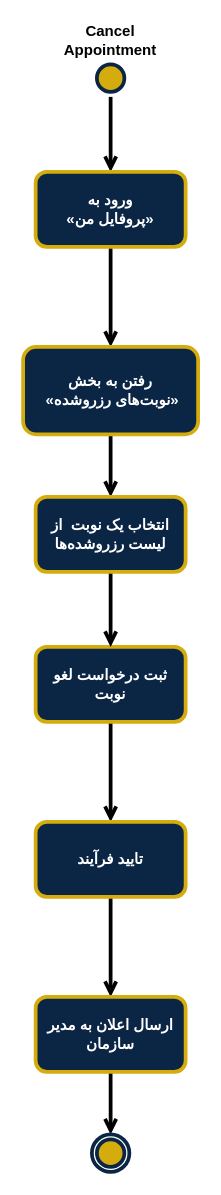
TnT74K/Project-SAD keeps this draw.io diagram as page "Cancel Appo" (1 of 3) of Documentation/Analysis/Modeling/Functional Models/Customer/Customer Act Diag.drawio. Above is the earlier version. Source tidied: cells renumbered, new cells numbered last; positions are measured from the earlier drawing's top-left corner, leaving out a move shared by most shapes. Both pictures are drawn from the tidied source at 125%, with x=0, y=0 at pixel (22, 21).
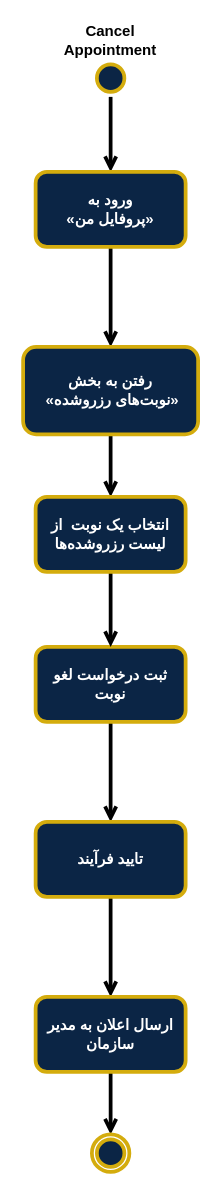
After the change.

The edit, as a diff of the source:
```diff
@@
 <mxGraphModel>
   <root>
     <mxCell id="0" />
     <mxCell id="1" parent="0" />
-    <mxCell id="2" style="ellipse;html=1;shape=startState;fillColor=light-dark(#D4AC0D,#805E00);strokeColor=light-dark(#0B2545,#C0D6E8);strokeWidth=3;" parent="1" vertex="1">
+    <mxCell id="2" style="ellipse;html=1;shape=startState;fillColor=light-dark(#0B2545,#0B2545);strokeColor=light-dark(#D4AC0D,#D4AC0D);strokeWidth=3;rounded=1;align=center;verticalAlign=middle;fontFamily=zain;fontSize=12;fontColor=light-dark(#FFFFFF,#FFFFFF);fontStyle=1;labelBackgroundColor=none;" parent="1" vertex="1">
       <mxGeometry x="55" y="30" width="30" height="30" as="geometry" />
     </mxCell>
     <mxCell id="3" style="edgeStyle=orthogonalEdgeStyle;html=1;verticalAlign=middle;endArrow=open;strokeColor=light-dark(#000000,#FFFFFF);rounded=0;strokeWidth=3;align=center;fontFamily=Helvetica;fontSize=11;fontColor=default;fontStyle=1;labelBackgroundColor=default;endFill=0;" parent="1" edge="1" source="2">
       <mxGeometry relative="1" as="geometry">
         <mxPoint x="70" y="120" as="targetPoint" />
       </mxGeometry>
     </mxCell>
     <mxCell id="4" style="edgeStyle=orthogonalEdgeStyle;shape=connector;rounded=0;jettySize=auto;html=1;strokeColor=light-dark(#000000,#FFFFFF);strokeWidth=3;align=center;verticalAlign=middle;fontFamily=Helvetica;fontSize=11;fontColor=default;labelBackgroundColor=default;endArrow=open;endFill=0;fontStyle=1;" parent="1" edge="1" source="5" target="7">
       <mxGeometry relative="1" as="geometry" />
     </mxCell>
     <mxCell id="5" value="&lt;font&gt;ورود به&lt;/font&gt;&lt;div&gt;&lt;font&gt;«پروفایل من»&lt;/font&gt;&lt;/div&gt;" style="whiteSpace=wrap;html=1;strokeColor=light-dark(#D4AC0D,#D4AC0D);align=center;verticalAlign=middle;fontFamily=zain;fontSize=12;fontColor=light-dark(#FFFFFF,#FFFFFF);fillColor=light-dark(#0B2545,#0B2545);strokeWidth=3;fontStyle=1;labelBackgroundColor=none;rounded=1;" parent="1" vertex="1">
       <mxGeometry x="10" y="120" width="120" height="60" as="geometry" />
     </mxCell>
     <mxCell id="6" style="edgeStyle=orthogonalEdgeStyle;shape=connector;rounded=0;jettySize=auto;html=1;strokeColor=light-dark(#000000,#FFFFFF);strokeWidth=3;align=center;verticalAlign=middle;fontFamily=Helvetica;fontSize=11;fontColor=default;labelBackgroundColor=default;endArrow=open;endFill=0;fontStyle=1;" parent="1" edge="1" source="7" target="17">
       <mxGeometry relative="1" as="geometry" />
     </mxCell>
     <mxCell id="7" value="&lt;div&gt;&lt;span style=&quot;background-color: transparent;&quot;&gt;رفتن به بخش&lt;/span&gt;&lt;/div&gt;&lt;div&gt;&amp;nbsp;«نوبت‌های رزرو‌شده»&lt;/div&gt;" style="whiteSpace=wrap;html=1;fillColor=light-dark(#0B2545,#0B2545);strokeColor=light-dark(#D4AC0D,#D4AC0D);fontColor=light-dark(#FFFFFF,#FFFFFF);strokeWidth=3;fontFamily=zain;fontStyle=1;align=center;verticalAlign=middle;fontSize=12;labelBackgroundColor=none;rounded=1;" parent="1" vertex="1">
       <mxGeometry y="260" width="140" height="70" as="geometry" />
     </mxCell>
     <mxCell id="8" style="edgeStyle=orthogonalEdgeStyle;shape=connector;rounded=0;jettySize=auto;html=1;strokeColor=light-dark(#000000,#FFFFFF);strokeWidth=3;align=center;verticalAlign=middle;fontFamily=Helvetica;fontSize=11;fontColor=default;labelBackgroundColor=default;endArrow=open;endFill=0;fontStyle=1;" parent="1" edge="1" source="9" target="11">
       <mxGeometry relative="1" as="geometry" />
     </mxCell>
     <mxCell id="9" value="&lt;font face=&quot;zain&quot;&gt;ثبت درخواست لغو نوبت&lt;/font&gt;" style="whiteSpace=wrap;html=1;strokeColor=light-dark(#D4AC0D,#D4AC0D);strokeWidth=3;align=center;verticalAlign=middle;fontFamily=zain;fontSize=12;fontColor=light-dark(#FFFFFF,#FFFFFF);fillColor=light-dark(#0B2545,#0B2545);fontStyle=1;labelBackgroundColor=none;rounded=1;" parent="1" vertex="1">
       <mxGeometry x="10" y="500" width="120" height="60" as="geometry" />
     </mxCell>
     <mxCell id="10" style="edgeStyle=orthogonalEdgeStyle;shape=connector;rounded=0;jettySize=auto;html=1;strokeColor=light-dark(#000000,#FFFFFF);strokeWidth=3;align=center;verticalAlign=middle;fontFamily=Helvetica;fontSize=11;fontColor=default;labelBackgroundColor=default;endArrow=open;endFill=0;fontStyle=1;" parent="1" edge="1" source="11" target="13">
       <mxGeometry relative="1" as="geometry" />
     </mxCell>
     <mxCell id="11" value="تایید فرآیند" style="whiteSpace=wrap;html=1;fillColor=light-dark(#0B2545,#0B2545);strokeColor=light-dark(#D4AC0D,#D4AC0D);fontColor=light-dark(#FFFFFF,#FFFFFF);strokeWidth=3;fontFamily=zain;fontStyle=1;align=center;verticalAlign=middle;fontSize=12;labelBackgroundColor=none;rounded=1;" parent="1" vertex="1">
       <mxGeometry x="10" y="640" width="120" height="60" as="geometry" />
     </mxCell>
     <mxCell id="12" style="edgeStyle=orthogonalEdgeStyle;shape=connector;rounded=0;jettySize=auto;html=1;strokeColor=light-dark(#000000,#FFFFFF);strokeWidth=3;align=center;verticalAlign=middle;fontFamily=Helvetica;fontSize=11;fontColor=default;labelBackgroundColor=default;endArrow=open;endFill=0;fontStyle=1;" parent="1" edge="1" source="13" target="14">
       <mxGeometry relative="1" as="geometry" />
     </mxCell>
     <mxCell id="13" value="ارسال اعلان به مدیر سازمان" style="whiteSpace=wrap;html=1;fontFamily=zain;fillColor=light-dark(#0B2545,#0B2545);strokeColor=light-dark(#D4AC0D,#D4AC0D);fontColor=light-dark(#FFFFFF,#FFFFFF);strokeWidth=3;fontStyle=1;align=center;verticalAlign=middle;fontSize=12;labelBackgroundColor=none;rounded=1;" parent="1" vertex="1">
       <mxGeometry x="10" y="780" width="120" height="60" as="geometry" />
     </mxCell>
-    <mxCell id="14" style="ellipse;html=1;shape=endState;fillColor=light-dark(#D4AC0D,#805E00);strokeColor=light-dark(#0B2545,#C0D6E8);rounded=1;strokeWidth=3;align=center;verticalAlign=middle;fontFamily=zain;fontSize=12;fontColor=light-dark(#0B2545,#C0D6E8);" parent="1" vertex="1">
+    <mxCell id="14" style="ellipse;html=1;shape=endState;fillColor=light-dark(#0B2545,#0B2545);strokeColor=light-dark(#D4AC0D,#D4AC0D);rounded=1;strokeWidth=3;align=center;verticalAlign=middle;fontFamily=zain;fontSize=12;fontColor=light-dark(#FFFFFF,#FFFFFF);fontStyle=1;labelBackgroundColor=none;" parent="1" vertex="1">
       <mxGeometry x="55" y="890" width="30" height="30" as="geometry" />
     </mxCell>
     <mxCell id="15" value="Cancel Appointment" style="text;html=1;whiteSpace=wrap;strokeColor=none;fillColor=none;align=center;verticalAlign=middle;rounded=0;fontFamily=Zain;fontStyle=1;" parent="1" vertex="1">
       <mxGeometry x="40" width="60" height="30" as="geometry" />
     </mxCell>
     <mxCell id="16" style="edgeStyle=orthogonalEdgeStyle;shape=connector;rounded=0;jettySize=auto;html=1;strokeColor=light-dark(#000000,#FFFFFF);strokeWidth=3;align=center;verticalAlign=middle;fontFamily=Helvetica;fontSize=11;fontColor=default;labelBackgroundColor=default;endArrow=open;endFill=0;fontStyle=1;" parent="1" edge="1" source="17" target="9">
       <mxGeometry relative="1" as="geometry" />
     </mxCell>
     <mxCell id="17" value="انتخاب یک نوبت&amp;nbsp; از لیست رزروشده‌ها" style="whiteSpace=wrap;html=1;strokeColor=light-dark(#D4AC0D,#D4AC0D);strokeWidth=3;align=center;verticalAlign=middle;fontFamily=zain;fontSize=12;fontColor=light-dark(#FFFFFF,#FFFFFF);fontStyle=1;fillColor=light-dark(#0B2545,#0B2545);labelBackgroundColor=none;rounded=1;" parent="1" vertex="1">
       <mxGeometry x="10" y="380" width="120" height="60" as="geometry" />
     </mxCell>
   </root>
 </mxGraphModel>
```
